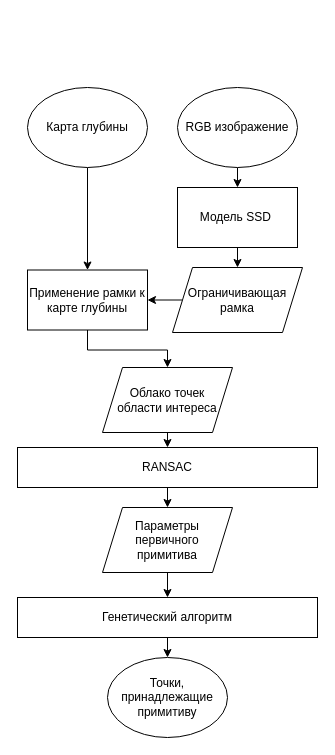
Earlier version of the draw.io diagram ВКР материалы/Architecture.drawio (OPyshkin/genetic_algorithm_practice). Source tidied: cells renumbered, new cells numbered last; positions are measured from the earlier drawing's top-left corner, leaving out a move shared by most shapes. Both pictures are drawn from the tidied source at 100%, with x=0, y=0 at pixel (17, 87).
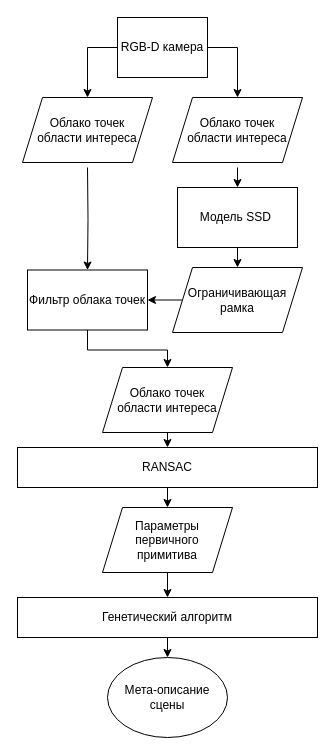
Above is the later version.

Unchanged cells that the change refers to:
```xml
<mxCell id="7" value="Модель SSD&amp;nbsp;" style="rounded=0;whiteSpace=wrap;html=1;" parent="1" vertex="1">
  <mxGeometry x="160" y="100" width="120" height="60" as="geometry" />
</mxCell>
```

Diff of the diagram source:
```diff
@@
-    <mxCell id="2" style="edgeStyle=orthogonalEdgeStyle;rounded=0;jettySize=auto;html=1;exitX=0.5;exitY=1;exitDx=0;exitDy=0;entryX=0.5;entryY=0;entryDx=0;entryDy=0;" parent="1" edge="1" source="3" target="7">
-      <mxGeometry relative="1" as="geometry" />
+    <mxCell id="2" style="edgeStyle=orthogonalEdgeStyle;rounded=0;jettySize=auto;html=1;exitX=0.5;exitY=1;exitDx=0;exitDy=0;entryX=0.5;entryY=0;entryDx=0;entryDy=0;" parent="1" edge="1" target="7">
+      <mxGeometry relative="1" as="geometry">
+        <mxPoint x="220" y="80" as="sourcePoint" />
+      </mxGeometry>
     </mxCell>
-    <mxCell id="3" value="RGB изображение" style="ellipse;whiteSpace=wrap;html=1;" parent="1" vertex="1">
-      <mxGeometry x="160" width="120" height="80" as="geometry" />
-    </mxCell>
-    <mxCell id="4" style="edgeStyle=orthogonalEdgeStyle;rounded=0;jettySize=auto;html=1;exitX=0.5;exitY=1;exitDx=0;exitDy=0;entryX=0.5;entryY=0;entryDx=0;entryDy=0;" parent="1" edge="1" source="5" target="11">
-      <mxGeometry relative="1" as="geometry" />
+    <mxCell id="4" style="edgeStyle=orthogonalEdgeStyle;rounded=0;jettySize=auto;html=1;exitX=0.5;exitY=1;exitDx=0;exitDy=0;entryX=0.5;entryY=0;entryDx=0;entryDy=0;" parent="1" edge="1" target="11">
+      <mxGeometry relative="1" as="geometry">
+        <mxPoint x="70" y="80" as="sourcePoint" />
+      </mxGeometry>
     </mxCell>
-    <mxCell id="5" value="Карта глубины" style="ellipse;whiteSpace=wrap;html=1;" parent="1" vertex="1">
-      <mxGeometry x="10" width="120" height="80" as="geometry" />
-    </mxCell>
@@
-    <mxCell id="11" value="Применение рамки к карте глубины" style="rounded=0;whiteSpace=wrap;html=1;" parent="1" vertex="1">
+    <mxCell id="11" value="Фильтр облака точек" style="rounded=0;whiteSpace=wrap;html=1;" parent="1" vertex="1">
       <mxGeometry x="10" y="182.5" width="120" height="60" as="geometry" />
     </mxCell>
@@
-    <mxCell id="20" value="&lt;span&gt;Точки,&lt;/span&gt;&lt;br&gt;&lt;span&gt;принадлежащие примитиву&lt;/span&gt;" style="ellipse;whiteSpace=wrap;html=1;" parent="1" vertex="1">
+    <mxCell id="20" value="Мета-описание сцены" style="ellipse;whiteSpace=wrap;html=1;" parent="1" vertex="1">
       <mxGeometry x="90" y="570" width="120" height="80" as="geometry" />
     </mxCell>
+    <mxCell id="21" style="edgeStyle=orthogonalEdgeStyle;rounded=0;jettySize=auto;html=1;exitX=1;exitY=0.5;exitDx=0;exitDy=0;entryX=0.5;entryY=0;entryDx=0;entryDy=0;" parent="1" edge="1" source="23" target="25">
+      <mxGeometry relative="1" as="geometry" />
+    </mxCell>
+    <mxCell id="22" style="edgeStyle=orthogonalEdgeStyle;rounded=0;jettySize=auto;html=1;exitX=0;exitY=0.5;exitDx=0;exitDy=0;entryX=0.5;entryY=0;entryDx=0;entryDy=0;" parent="1" edge="1" source="23" target="24">
+      <mxGeometry relative="1" as="geometry" />
+    </mxCell>
+    <mxCell id="23" value="RGB-D камера" style="rounded=0;whiteSpace=wrap;html=1;" parent="1" vertex="1">
+      <mxGeometry x="100" y="-70" width="90" height="60" as="geometry" />
+    </mxCell>
+    <mxCell id="24" value="&lt;span&gt;Облако точек &lt;br&gt;области интереса&lt;/span&gt;" style="shape=parallelogram;perimeter=parallelogramPerimeter;whiteSpace=wrap;html=1;fixedSize=1;" parent="1" vertex="1">
+      <mxGeometry x="5" y="10" width="130" height="65" as="geometry" />
+    </mxCell>
+    <mxCell id="25" value="&lt;span&gt;Облако точек &lt;br&gt;области интереса&lt;/span&gt;" style="shape=parallelogram;perimeter=parallelogramPerimeter;whiteSpace=wrap;html=1;fixedSize=1;" parent="1" vertex="1">
+      <mxGeometry x="155" y="10" width="130" height="65" as="geometry" />
+    </mxCell>
```
